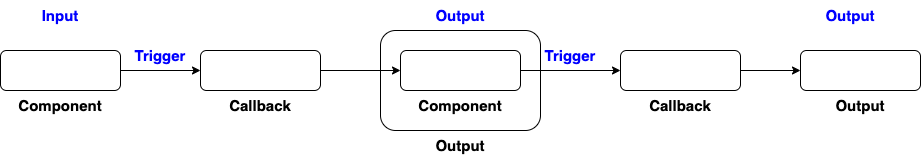
lin-chen-DLA/lin-chen-DLA.github.io keeps this draw.io diagram as Python3/Ipywedgets/img/Voila_5.png. Above is the earlier version. Source tidied: cells renumbered, new cells last; positions are measured from the earlier drawing's top-left corner, leaving out a move shared by most shapes.
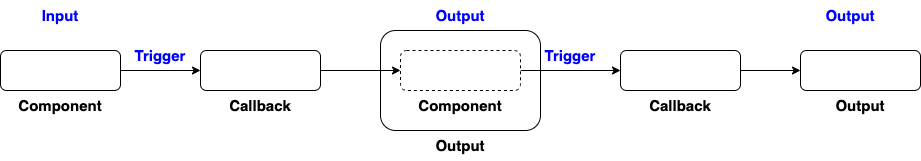
After the change.

What changed in the source:
```diff
@@ -38,7 +38,7 @@
     <mxCell id="13" style="edgeStyle=none;rounded=0;jettySize=auto;html=1;exitX=1;exitY=0.5;exitDx=0;exitDy=0;entryX=0;entryY=0.5;entryDx=0;entryDy=0;" parent="1" edge="1" source="14" target="16">
       <mxGeometry relative="1" as="geometry" />
     </mxCell>
-    <mxCell id="14" style="rounded=1;whiteSpace=wrap;html=1;" parent="1" vertex="1">
+    <mxCell id="14" style="rounded=1;whiteSpace=wrap;html=1;dashed=1;" parent="1" vertex="1">
       <mxGeometry x="400" y="50" width="120" height="40" as="geometry" />
     </mxCell>
     <mxCell id="15" style="edgeStyle=none;rounded=0;jettySize=auto;html=1;entryX=0;entryY=0.5;entryDx=0;entryDy=0;" parent="1" edge="1" source="16" target="19">
```
